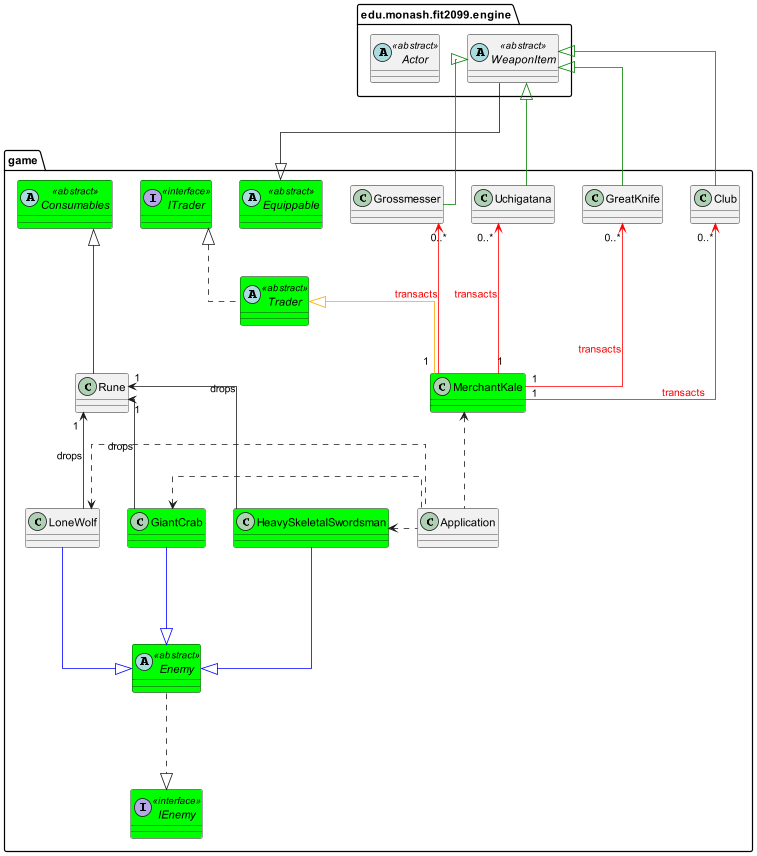
The PlantUML diagram docs/REQ2 UML Diagram.png in jenul-ferdinand/elden-ring-ascii, before a commit. The source it was exported from:
```plantuml
@startuml

skinparam linetype ortho
set namespaceSeparator none

package edu.monash.fit2099.engine {
    abstract class Actor <<abstract>>
    abstract class WeaponItem <<abstract>>
}

package game {

    abstract class Enemy <<abstract>> #lime
    interface IEnemy <<interface>> #lime
    class HeavySkeletalSwordsman #lime
    class LoneWolf
    class GiantCrab #lime
    abstract class Trader <<abstract>> #lime
    interface ITrader <<interface>> #lime
    class MerchantKale #lime
    abstract class Consumables <<abstract>> #lime
    abstract class Equippable <<abstract>> #lime


    class Application

    MerchantKale -u[#orange]-|> Trader

    HeavySkeletalSwordsman --[#blue]-|> Enemy
    LoneWolf --[#blue]-|> Enemy
    GiantCrab --[#blue]-|> Enemy

    Club -[#green]-|> WeaponItem
    GreatKnife --up[#green]-|> WeaponItem
    Uchigatana --up[#green]-|> WeaponItem
    Grossmesser --up[#green]-|> WeaponItem

    Rune --up-|> Consumables

    WeaponItem --left-|> Equippable

    Trader .up.|> ITrader

    Enemy .down..|> IEnemy

    MerchantKale "1" --up[#red]-> "0..*" GreatKnife : <color:red>transacts
    MerchantKale "1" --up[#red]-> "0..*" Uchigatana : <color:red>transacts
    MerchantKale "1" --up[#red]-> "0..*" Club : <color:red>transacts
    MerchantKale "1" --up[#red]-> "0..*" Grossmesser : <color:red>transacts

    HeavySkeletalSwordsman --up-> "1" Rune : drops
    LoneWolf --up-> "1" Rune : drops
    GiantCrab --up-> "1" Rune : drops

    Application ..up.> MerchantKale

    Application .left..> HeavySkeletalSwordsman
    Application .left..> LoneWolf
    Application .left..> GiantCrab
}

@enduml
```
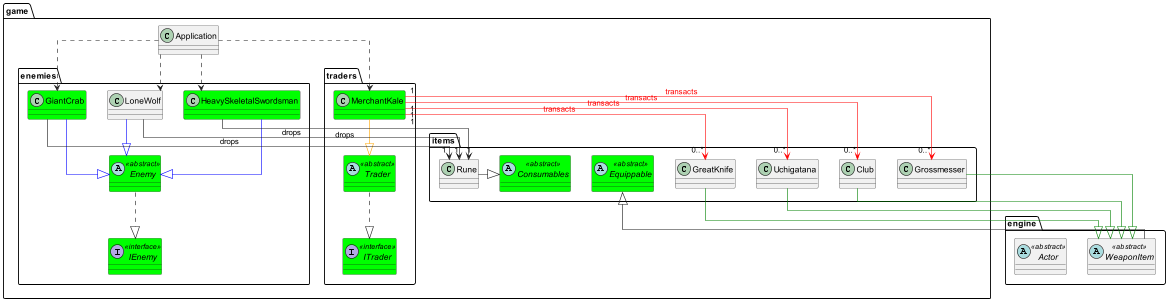
The same file after the commit.

Commit message:
Updated the REQ2 UML Diagram and Setup Trader and MerchantKale

Change to the diagram source:
```diff
@@ -3,60 +3,75 @@
 skinparam linetype ortho
 set namespaceSeparator none
 
-package edu.monash.fit2099.engine {
+package engine {
     abstract class Actor <<abstract>>
     abstract class WeaponItem <<abstract>>
 }
 
 package game {
 
-    abstract class Enemy <<abstract>> #lime
-    interface IEnemy <<interface>> #lime
-    class HeavySkeletalSwordsman #lime
-    class LoneWolf
-    class GiantCrab #lime
-    abstract class Trader <<abstract>> #lime
-    interface ITrader <<interface>> #lime
-    class MerchantKale #lime
-    abstract class Consumables <<abstract>> #lime
-    abstract class Equippable <<abstract>> #lime
+    package enemies {
+        abstract class Enemy <<abstract>> #lime
+        interface IEnemy <<interface>> #lime
+        class HeavySkeletalSwordsman #lime
+        class LoneWolf
+        class GiantCrab #lime
+    }
+
+    package traders {
+        abstract class Trader <<abstract>> #lime
+        interface ITrader <<interface>> #lime
+        class MerchantKale #lime
+    }
+
+    package items {
+        abstract class Consumables <<abstract>> #lime
+        abstract class Equippable <<abstract>> #lime
+
+        class Rune
+        class Grossmesser
+        class Club
+        class Uchigatana
+        class GreatKnife
+    }
+
+    class Application
+}
 
 
-    class Application
+    MerchantKale -[#orange]-|> Trader
 
-    MerchantKale -u[#orange]-|> Trader
-
-    HeavySkeletalSwordsman --[#blue]-|> Enemy
-    LoneWolf --[#blue]-|> Enemy
-    GiantCrab --[#blue]-|> Enemy
+    HeavySkeletalSwordsman -[#blue]-|> Enemy
+    LoneWolf -[#blue]-|> Enemy
+    GiantCrab -[#blue]-|> Enemy
 
     Club -[#green]-|> WeaponItem
-    GreatKnife --up[#green]-|> WeaponItem
-    Uchigatana --up[#green]-|> WeaponItem
-    Grossmesser --up[#green]-|> WeaponItem
+    GreatKnife -[#green]-|> WeaponItem
+    Uchigatana -[#green]-|> WeaponItem
+    Grossmesser -[#green]-|> WeaponItem
 
-    Rune --up-|> Consumables
+    Rune -|> Consumables
 
-    WeaponItem --left-|> Equippable
+    WeaponItem -|> Equippable
 
-    Trader .up.|> ITrader
+    Trader ..|> ITrader
 
-    Enemy .down..|> IEnemy
+    Enemy ..|> IEnemy
 
-    MerchantKale "1" --up[#red]-> "0..*" GreatKnife : <color:red>transacts
-    MerchantKale "1" --up[#red]-> "0..*" Uchigatana : <color:red>transacts
-    MerchantKale "1" --up[#red]-> "0..*" Club : <color:red>transacts
-    MerchantKale "1" --up[#red]-> "0..*" Grossmesser : <color:red>transacts
+    MerchantKale "1" -[#red]-> "0..*" GreatKnife : <color:red>transacts
+    MerchantKale "1" -[#red]-> "0..*" Uchigatana : <color:red>transacts
+    MerchantKale "1" -[#red]-> "0..*" Club : <color:red>transacts
+    MerchantKale "1" -[#red]-> "0..*" Grossmesser : <color:red>transacts
 
-    HeavySkeletalSwordsman --up-> "1" Rune : drops
-    LoneWolf --up-> "1" Rune : drops
-    GiantCrab --up-> "1" Rune : drops
+    HeavySkeletalSwordsman --> "1" Rune : drops
+    LoneWolf --> "1" Rune : drops
+    GiantCrab --> "1" Rune : drops
 
-    Application ..up.> MerchantKale
+    Application ..> MerchantKale
 
-    Application .left..> HeavySkeletalSwordsman
-    Application .left..> LoneWolf
-    Application .left..> GiantCrab
+    Application ..> HeavySkeletalSwordsman
+    Application ..> LoneWolf
+    Application ..> GiantCrab
 }
 
 @enduml
```
